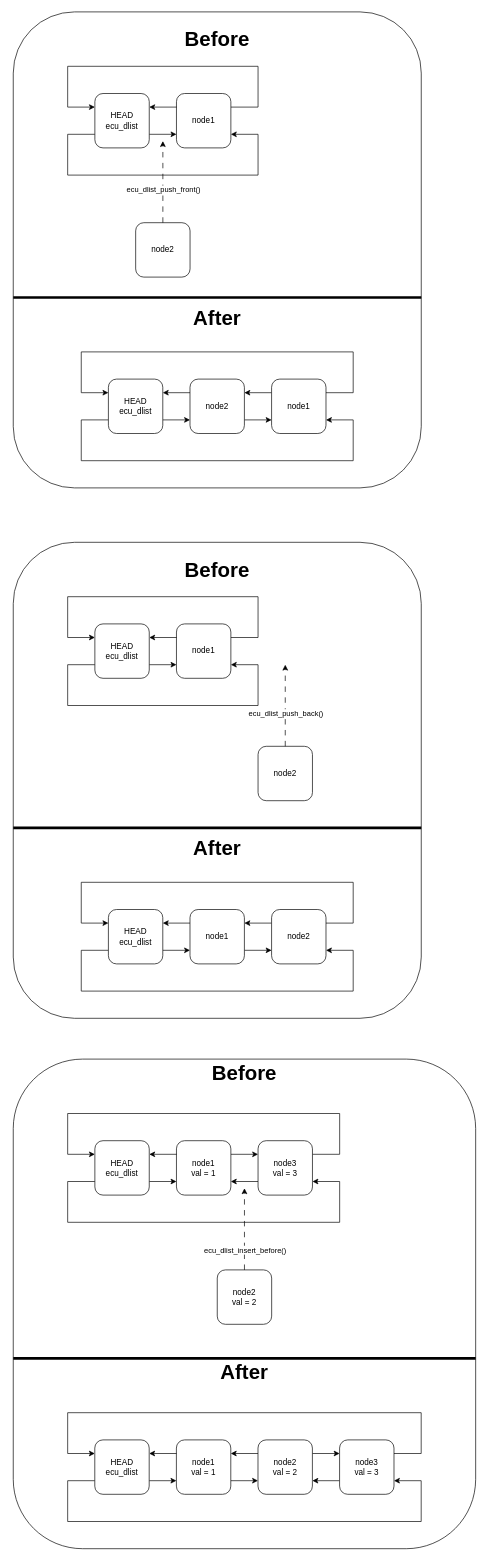
Earlier version of the draw.io diagram page "dlist_insert" (6 of 11) of doc/images/dlist/dlist.drawio (ress059/ecu). Source tidied: cells renumbered, new cells numbered last; positions are measured from the earlier drawing's top-left corner, leaving out a move shared by most shapes. Both pictures are drawn from the tidied source at 68%, with x=0, y=0 at pixel (13, 12).
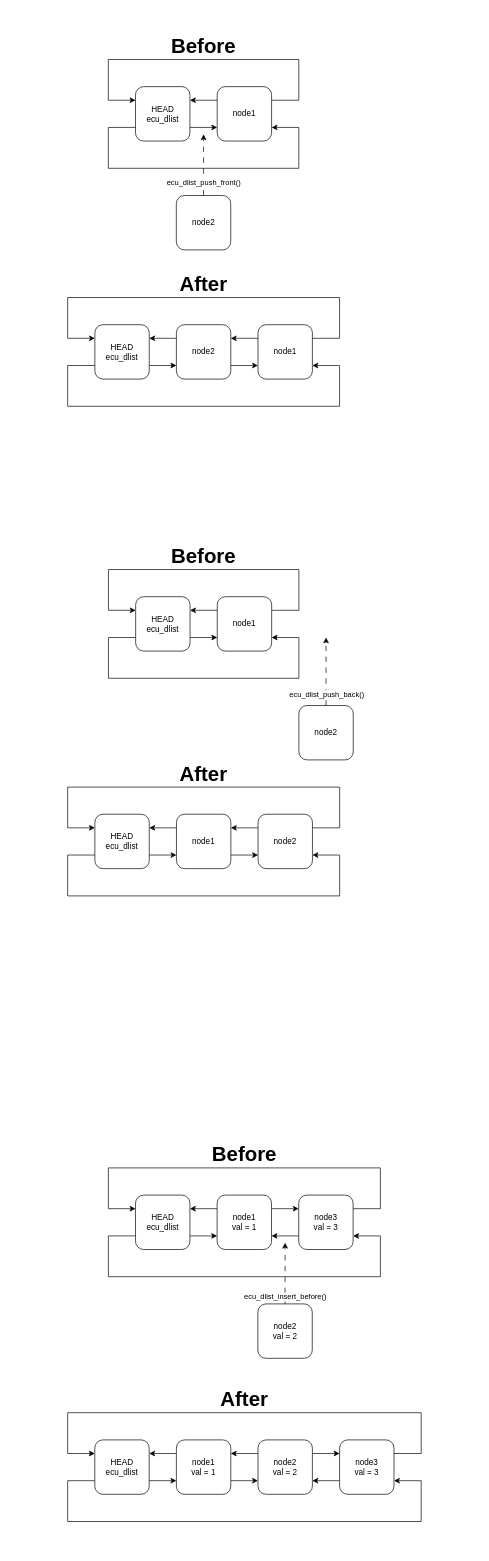
Above is the later version.

Unchanged cells that the change refers to:
```xml
<mxCell id="60" value="node1&lt;br&gt;val = 1" style="rounded=1;whiteSpace=wrap;html=1;" parent="1" vertex="1">
  <mxGeometry x="239.9" y="2100" width="80" height="80" as="geometry" />
</mxCell>
<mxCell id="63" value="HEAD&lt;br&gt;ecu_dlist" style="rounded=1;whiteSpace=wrap;html=1;" parent="1" vertex="1">
  <mxGeometry x="119.9" y="2100" width="80" height="80" as="geometry" />
</mxCell>
```

What changed in the source:
```diff
@@
-    <mxCell id="2" style="rounded=1;whiteSpace=wrap;html=1;" parent="1" vertex="1">
-      <mxGeometry width="600" height="700" as="geometry" />
-    </mxCell>
     <mxCell id="3" style="edgeStyle=orthogonalEdgeStyle;rounded=0;jettySize=auto;html=1;exitX=0;exitY=0.25;exitDx=0;exitDy=0;entryX=1;entryY=0.25;entryDx=0;entryDy=0;" parent="1" edge="1" source="5" target="8">
       <mxGeometry relative="1" as="geometry">
         <Array as="points">
-          <mxPoint x="260" y="140" />
-          <mxPoint x="260" y="140" />
+          <mxPoint x="319.9" y="129.9" />
+          <mxPoint x="319.9" y="129.9" />
         </Array>
       </mxGeometry>
     </mxCell>
     <mxCell id="4" style="edgeStyle=orthogonalEdgeStyle;rounded=0;jettySize=auto;html=1;entryX=0;entryY=0.25;entryDx=0;entryDy=0;exitX=1;exitY=0.25;exitDx=0;exitDy=0;" parent="1" edge="1" source="5" target="8">
       <mxGeometry relative="1" as="geometry">
         <Array as="points">
-          <mxPoint x="360" y="140" />
-          <mxPoint x="360" y="80" />
-          <mxPoint x="80" y="80" />
-          <mxPoint x="80" y="140" />
+          <mxPoint x="419.9" y="130" />
+          <mxPoint x="419.9" y="70" />
+          <mxPoint x="139.8" y="70" />
+          <mxPoint x="139.8" y="130" />
         </Array>
       </mxGeometry>
     </mxCell>
     <mxCell id="5" value="node1" style="rounded=1;whiteSpace=wrap;html=1;" parent="1" vertex="1">
-      <mxGeometry x="240" y="120" width="80" height="80" as="geometry" />
+      <mxGeometry x="299.9" y="109.9" width="80" height="80" as="geometry" />
     </mxCell>
@@
     <mxCell id="7" style="edgeStyle=orthogonalEdgeStyle;rounded=0;jettySize=auto;html=1;exitX=0;exitY=0.75;exitDx=0;exitDy=0;entryX=1;entryY=0.75;entryDx=0;entryDy=0;" parent="1" edge="1" source="8" target="5">
       <mxGeometry relative="1" as="geometry">
         <Array as="points">
-          <mxPoint x="80" y="180" />
-          <mxPoint x="80" y="240" />
-          <mxPoint x="360" y="240" />
-          <mxPoint x="360" y="180" />
+          <mxPoint x="139.8" y="170" />
+          <mxPoint x="139.8" y="230" />
+          <mxPoint x="419.9" y="230" />
+          <mxPoint x="419.9" y="170" />
         </Array>
       </mxGeometry>
     </mxCell>
     <mxCell id="8" value="HEAD&lt;br&gt;ecu_dlist" style="rounded=1;whiteSpace=wrap;html=1;" parent="1" vertex="1">
-      <mxGeometry x="120" y="120" width="80" height="80" as="geometry" />
+      <mxGeometry x="179.8" y="109.9" width="80" height="80" as="geometry" />
     </mxCell>
     <mxCell id="9" value="node2" style="rounded=1;whiteSpace=wrap;html=1;" parent="1" vertex="1">
-      <mxGeometry x="180" y="310" width="80" height="80" as="geometry" />
+      <mxGeometry x="239.8" y="270" width="80" height="80" as="geometry" />
     </mxCell>
     <mxCell id="10" style="endArrow=classic;html=1;rounded=0;dashed=1;exitX=0.5;exitY=0;exitDx=0;exitDy=0;dashPattern=8 8;" parent="1" edge="1" source="9">
       <mxGeometry relative="1" as="geometry">
-        <mxPoint x="220" y="190" as="targetPoint" />
+        <mxPoint x="279.9" y="180" as="targetPoint" />
       </mxGeometry>
     </mxCell>
     <mxCell id="11" value="ecu_dlist_push_front()" style="edgeLabel;html=1;align=center;verticalAlign=middle;" parent="10" vertex="1">
       <mxGeometry x="0.27" y="-2" relative="1" as="geometry">
-        <mxPoint x="-2" y="27" as="offset" />
+        <mxPoint x="-2" y="37" as="offset" />
       </mxGeometry>
     </mxCell>
     <mxCell id="12" style="edgeStyle=orthogonalEdgeStyle;rounded=0;jettySize=auto;html=1;exitX=0;exitY=0.25;exitDx=0;exitDy=0;entryX=1;entryY=0.25;entryDx=0;entryDy=0;" parent="1" edge="1" source="15" target="18">
       <mxGeometry relative="1" as="geometry">
         <Array as="points">
-          <mxPoint x="279.9" y="560" />
-          <mxPoint x="279.9" y="560" />
+          <mxPoint x="259.9" y="480" />
+          <mxPoint x="259.9" y="480" />
         </Array>
       </mxGeometry>
     </mxCell>
     <mxCell id="13" style="edgeStyle=orthogonalEdgeStyle;rounded=0;jettySize=auto;html=1;entryX=0;entryY=0.25;entryDx=0;entryDy=0;exitX=1;exitY=0.25;exitDx=0;exitDy=0;" parent="1" edge="1" source="20" target="18">
       <mxGeometry relative="1" as="geometry">
         <Array as="points">
-          <mxPoint x="499.9" y="560" />
-          <mxPoint x="499.9" y="500" />
-          <mxPoint x="100" y="500" />
-          <mxPoint x="100" y="560" />
+          <mxPoint x="479.9" y="480" />
+          <mxPoint x="479.9" y="420" />
+          <mxPoint x="80" y="420" />
+          <mxPoint x="80" y="480" />
         </Array>
       </mxGeometry>
     </mxCell>
@@
     <mxCell id="15" value="node2" style="rounded=1;whiteSpace=wrap;html=1;" parent="1" vertex="1">
-      <mxGeometry x="259.9" y="540" width="80" height="80" as="geometry" />
+      <mxGeometry x="239.9" y="460" width="80" height="80" as="geometry" />
     </mxCell>
@@
     <mxCell id="17" style="edgeStyle=orthogonalEdgeStyle;rounded=0;jettySize=auto;html=1;exitX=0;exitY=0.75;exitDx=0;exitDy=0;entryX=1;entryY=0.75;entryDx=0;entryDy=0;" parent="1" edge="1" source="18" target="20">
       <mxGeometry relative="1" as="geometry">
         <Array as="points">
-          <mxPoint x="100" y="600" />
-          <mxPoint x="100" y="660" />
-          <mxPoint x="499.9" y="660" />
-          <mxPoint x="499.9" y="600" />
+          <mxPoint x="80" y="520" />
+          <mxPoint x="80" y="580" />
+          <mxPoint x="479.9" y="580" />
+          <mxPoint x="479.9" y="520" />
         </Array>
       </mxGeometry>
     </mxCell>
     <mxCell id="18" value="HEAD&lt;br&gt;ecu_dlist" style="rounded=1;whiteSpace=wrap;html=1;" parent="1" vertex="1">
-      <mxGeometry x="139.9" y="540" width="80" height="80" as="geometry" />
+      <mxGeometry x="120" y="460" width="80" height="80" as="geometry" />
     </mxCell>
@@
     <mxCell id="20" value="node1" style="rounded=1;whiteSpace=wrap;html=1;" parent="1" vertex="1">
-      <mxGeometry x="379.9" y="540" width="80" height="80" as="geometry" />
+      <mxGeometry x="359.9" y="460" width="80" height="80" as="geometry" />
     </mxCell>
     <mxCell id="21" value="&lt;b&gt;&lt;font style=&quot;font-size: 30px;&quot;&gt;Before&lt;/font&gt;&lt;/b&gt;" style="text;html=1;strokeColor=none;fillColor=none;align=center;verticalAlign=middle;whiteSpace=wrap;rounded=0;" parent="1" vertex="1">
-      <mxGeometry x="240" y="20" width="120" height="40" as="geometry" />
+      <mxGeometry x="219.8" y="30" width="120" height="40" as="geometry" />
     </mxCell>
     <mxCell id="22" value="&lt;b&gt;&lt;font style=&quot;font-size: 30px;&quot;&gt;After&lt;/font&gt;&lt;/b&gt;" style="text;html=1;strokeColor=none;fillColor=none;align=center;verticalAlign=middle;whiteSpace=wrap;rounded=0;" parent="1" vertex="1">
-      <mxGeometry x="240" y="430" width="120" height="40" as="geometry" />
+      <mxGeometry x="219.9" y="380" width="120" height="40" as="geometry" />
     </mxCell>
-    <mxCell id="23" style="endArrow=none;html=1;rounded=0;strokeWidth=4;" parent="1" edge="1">
-      <mxGeometry relative="1" as="geometry">
-        <mxPoint y="420" as="sourcePoint" />
-        <mxPoint x="600" y="420" as="targetPoint" />
-      </mxGeometry>
-    </mxCell>
-    <mxCell id="24" style="rounded=1;whiteSpace=wrap;html=1;" parent="1" vertex="1">
-      <mxGeometry y="780" width="600" height="700" as="geometry" />
-    </mxCell>
+    <mxCell id="26" style="edgeStyle=orthogonalEdgeStyle;rounded=0;jettySize=auto;html=1;entryX=0;entryY=0.25;entryDx=0;entryDy=0;exitX=1;exitY=0.25;exitDx=0;exitDy=0;" parent="1" edge="1" source="27" target="30">
+      <mxGeometry relative="1" as="geometry">
+        <Array as="points">
+          <mxPoint x="420" y="880" />
+          <mxPoint x="420" y="820" />
+          <mxPoint x="140" y="820" />
+          <mxPoint x="140" y="880" />
+        </Array>
+      </mxGeometry>
+    </mxCell>
     <mxCell id="25" style="edgeStyle=orthogonalEdgeStyle;rounded=0;jettySize=auto;html=1;exitX=0;exitY=0.25;exitDx=0;exitDy=0;entryX=1;entryY=0.25;entryDx=0;entryDy=0;" parent="1" edge="1" source="27" target="30">
-      <mxGeometry relative="1" as="geometry">
-        <Array as="points">
-          <mxPoint x="260" y="920" />
-          <mxPoint x="260" y="920" />
-        </Array>
-      </mxGeometry>
+      <mxGeometry relative="1" as="geometry" />
     </mxCell>
-    <mxCell id="26" style="edgeStyle=orthogonalEdgeStyle;rounded=0;jettySize=auto;html=1;entryX=0;entryY=0.25;entryDx=0;entryDy=0;exitX=1;exitY=0.25;exitDx=0;exitDy=0;" parent="1" edge="1" source="27" target="30">
-      <mxGeometry relative="1" as="geometry">
-        <Array as="points">
-          <mxPoint x="360" y="920" />
-          <mxPoint x="360" y="860" />
-          <mxPoint x="80" y="860" />
-          <mxPoint x="80" y="920" />
-        </Array>
-      </mxGeometry>
-    </mxCell>
     <mxCell id="27" value="node1" style="rounded=1;whiteSpace=wrap;html=1;" parent="1" vertex="1">
-      <mxGeometry x="240" y="900" width="80" height="80" as="geometry" />
+      <mxGeometry x="300" y="860" width="80" height="80" as="geometry" />
     </mxCell>
@@
     <mxCell id="29" style="edgeStyle=orthogonalEdgeStyle;rounded=0;jettySize=auto;html=1;exitX=0;exitY=0.75;exitDx=0;exitDy=0;entryX=1;entryY=0.75;entryDx=0;entryDy=0;" parent="1" edge="1" source="30" target="27">
       <mxGeometry relative="1" as="geometry">
         <Array as="points">
-          <mxPoint x="80" y="960" />
-          <mxPoint x="80" y="1020" />
-          <mxPoint x="360" y="1020" />
-          <mxPoint x="360" y="960" />
+          <mxPoint x="140" y="920" />
+          <mxPoint x="140" y="980" />
+          <mxPoint x="420" y="980" />
+          <mxPoint x="420" y="920" />
         </Array>
       </mxGeometry>
     </mxCell>
     <mxCell id="30" value="HEAD&lt;br&gt;ecu_dlist" style="rounded=1;whiteSpace=wrap;html=1;" parent="1" vertex="1">
-      <mxGeometry x="120" y="900" width="80" height="80" as="geometry" />
+      <mxGeometry x="180" y="860" width="80" height="80" as="geometry" />
     </mxCell>
     <mxCell id="31" value="node2" style="rounded=1;whiteSpace=wrap;html=1;" parent="1" vertex="1">
-      <mxGeometry x="360" y="1080" width="80" height="80" as="geometry" />
+      <mxGeometry x="420" y="1020" width="80" height="80" as="geometry" />
     </mxCell>
     <mxCell id="32" style="endArrow=classic;html=1;rounded=0;dashed=1;exitX=0.5;exitY=0;exitDx=0;exitDy=0;dashPattern=8 8;" parent="1" edge="1" source="31">
       <mxGeometry relative="1" as="geometry">
-        <mxPoint x="400" y="960" as="targetPoint" />
+        <mxPoint x="460" y="920" as="targetPoint" />
       </mxGeometry>
     </mxCell>
     <mxCell id="33" value="ecu_dlist_push_back()" style="edgeLabel;html=1;align=center;verticalAlign=middle;" parent="32" vertex="1">
       <mxGeometry x="0.27" y="-2" relative="1" as="geometry">
-        <mxPoint x="-2" y="27" as="offset" />
+        <mxPoint x="-2" y="47" as="offset" />
       </mxGeometry>
     </mxCell>
-    <mxCell id="34" style="edgeStyle=orthogonalEdgeStyle;rounded=0;jettySize=auto;html=1;exitX=0;exitY=0.25;exitDx=0;exitDy=0;entryX=1;entryY=0.25;entryDx=0;entryDy=0;" parent="1" edge="1" source="37" target="40">
-      <mxGeometry relative="1" as="geometry">
-        <Array as="points">
-          <mxPoint x="279.9" y="1340" />
-          <mxPoint x="279.9" y="1340" />
-        </Array>
-      </mxGeometry>
-    </mxCell>
     <mxCell id="35" style="edgeStyle=orthogonalEdgeStyle;rounded=0;jettySize=auto;html=1;entryX=0;entryY=0.25;entryDx=0;entryDy=0;exitX=1;exitY=0.25;exitDx=0;exitDy=0;" parent="1" edge="1" source="42" target="40">
       <mxGeometry relative="1" as="geometry">
         <Array as="points">
-          <mxPoint x="499.9" y="1340" />
-          <mxPoint x="499.9" y="1280" />
-          <mxPoint x="100" y="1280" />
-          <mxPoint x="100" y="1340" />
+          <mxPoint x="480" y="1200" />
+          <mxPoint x="480" y="1140" />
+          <mxPoint x="80" y="1140" />
+          <mxPoint x="80" y="1200" />
         </Array>
       </mxGeometry>
     </mxCell>
@@
+    <mxCell id="34" style="edgeStyle=orthogonalEdgeStyle;rounded=0;jettySize=auto;html=1;exitX=0;exitY=0.25;exitDx=0;exitDy=0;entryX=1;entryY=0.25;entryDx=0;entryDy=0;" parent="1" edge="1" source="37" target="40">
+      <mxGeometry relative="1" as="geometry" />
+    </mxCell>
     <mxCell id="37" value="node1" style="rounded=1;whiteSpace=wrap;html=1;" parent="1" vertex="1">
-      <mxGeometry x="259.9" y="1320" width="80" height="80" as="geometry" />
+      <mxGeometry x="240" y="1179.9" width="80" height="80" as="geometry" />
     </mxCell>
@@
     <mxCell id="39" style="edgeStyle=orthogonalEdgeStyle;rounded=0;jettySize=auto;html=1;exitX=0;exitY=0.75;exitDx=0;exitDy=0;entryX=1;entryY=0.75;entryDx=0;entryDy=0;" parent="1" edge="1" source="40" target="42">
       <mxGeometry relative="1" as="geometry">
         <Array as="points">
-          <mxPoint x="100" y="1380" />
-          <mxPoint x="100" y="1440" />
-          <mxPoint x="499.9" y="1440" />
-          <mxPoint x="499.9" y="1380" />
+          <mxPoint x="80" y="1240" />
+          <mxPoint x="80" y="1300" />
+          <mxPoint x="480" y="1300" />
+          <mxPoint x="480" y="1240" />
         </Array>
       </mxGeometry>
     </mxCell>
     <mxCell id="40" value="HEAD&lt;br&gt;ecu_dlist" style="rounded=1;whiteSpace=wrap;html=1;" parent="1" vertex="1">
-      <mxGeometry x="139.9" y="1320" width="80" height="80" as="geometry" />
+      <mxGeometry x="120" y="1179.9" width="80" height="80" as="geometry" />
     </mxCell>
@@
     <mxCell id="42" value="node2" style="rounded=1;whiteSpace=wrap;html=1;" parent="1" vertex="1">
-      <mxGeometry x="379.9" y="1320" width="80" height="80" as="geometry" />
+      <mxGeometry x="360" y="1179.9" width="80" height="80" as="geometry" />
     </mxCell>
     <mxCell id="43" value="&lt;b&gt;&lt;font style=&quot;font-size: 30px;&quot;&gt;Before&lt;/font&gt;&lt;/b&gt;" style="text;html=1;strokeColor=none;fillColor=none;align=center;verticalAlign=middle;whiteSpace=wrap;rounded=0;" parent="1" vertex="1">
-      <mxGeometry x="240" y="800" width="120" height="40" as="geometry" />
+      <mxGeometry x="220" y="780" width="120" height="40" as="geometry" />
     </mxCell>
     <mxCell id="44" value="&lt;b&gt;&lt;font style=&quot;font-size: 30px;&quot;&gt;After&lt;/font&gt;&lt;/b&gt;" style="text;html=1;strokeColor=none;fillColor=none;align=center;verticalAlign=middle;whiteSpace=wrap;rounded=0;" parent="1" vertex="1">
-      <mxGeometry x="240" y="1210" width="120" height="40" as="geometry" />
+      <mxGeometry x="220" y="1100" width="120" height="40" as="geometry" />
     </mxCell>
-    <mxCell id="45" style="endArrow=none;html=1;rounded=0;strokeWidth=4;" parent="1" edge="1">
-      <mxGeometry relative="1" as="geometry">
-        <mxPoint y="1200" as="sourcePoint" />
-        <mxPoint x="600" y="1200" as="targetPoint" />
-      </mxGeometry>
-    </mxCell>
-    <mxCell id="46" style="rounded=1;whiteSpace=wrap;html=1;" parent="1" vertex="1">
-      <mxGeometry y="1540" width="680" height="720" as="geometry" />
-    </mxCell>
-    <mxCell id="47" style="edgeStyle=orthogonalEdgeStyle;rounded=0;jettySize=auto;html=1;exitX=0;exitY=0.25;exitDx=0;exitDy=0;entryX=1;entryY=0.25;entryDx=0;entryDy=0;" parent="1" edge="1" source="50" target="53">
-      <mxGeometry relative="1" as="geometry">
-        <Array as="points">
-          <mxPoint x="260" y="1680" />
-          <mxPoint x="260" y="1680" />
-        </Array>
-      </mxGeometry>
-    </mxCell>
     <mxCell id="48" style="edgeStyle=orthogonalEdgeStyle;rounded=0;jettySize=auto;html=1;entryX=0;entryY=0.25;entryDx=0;entryDy=0;exitX=1;exitY=0.25;exitDx=0;exitDy=0;" parent="1" edge="1" source="71" target="53">
       <mxGeometry relative="1" as="geometry">
         <Array as="points">
-          <mxPoint x="480" y="1680" />
-          <mxPoint x="480" y="1620" />
-          <mxPoint x="80" y="1620" />
-          <mxPoint x="80" y="1680" />
+          <mxPoint x="539.9" y="1760" />
+          <mxPoint x="539.9" y="1700" />
+          <mxPoint x="139.9" y="1700" />
+          <mxPoint x="139.9" y="1760" />
         </Array>
       </mxGeometry>
     </mxCell>
@@
+    <mxCell id="47" style="edgeStyle=orthogonalEdgeStyle;rounded=0;jettySize=auto;html=1;exitX=0;exitY=0.25;exitDx=0;exitDy=0;entryX=1;entryY=0.25;entryDx=0;entryDy=0;" parent="1" edge="1" source="50" target="53">
+      <mxGeometry relative="1" as="geometry" />
+    </mxCell>
     <mxCell id="50" value="node1&lt;br&gt;val = 1" style="rounded=1;whiteSpace=wrap;html=1;" parent="1" vertex="1">
-      <mxGeometry x="240" y="1660" width="80" height="80" as="geometry" />
+      <mxGeometry x="299.8" y="1740" width="80" height="80" as="geometry" />
     </mxCell>
@@
     <mxCell id="52" style="edgeStyle=orthogonalEdgeStyle;rounded=0;jettySize=auto;html=1;exitX=0;exitY=0.75;exitDx=0;exitDy=0;entryX=1;entryY=0.75;entryDx=0;entryDy=0;" parent="1" edge="1" source="53" target="71">
       <mxGeometry relative="1" as="geometry">
         <Array as="points">
-          <mxPoint x="80" y="1720" />
-          <mxPoint x="80" y="1780" />
-          <mxPoint x="480" y="1780" />
-          <mxPoint x="480" y="1720" />
+          <mxPoint x="139.9" y="1800" />
+          <mxPoint x="139.9" y="1860" />
+          <mxPoint x="539.9" y="1860" />
+          <mxPoint x="539.9" y="1800" />
         </Array>
       </mxGeometry>
     </mxCell>
     <mxCell id="53" value="HEAD&lt;br&gt;ecu_dlist" style="rounded=1;whiteSpace=wrap;html=1;" parent="1" vertex="1">
-      <mxGeometry x="120" y="1660" width="80" height="80" as="geometry" />
+      <mxGeometry x="179.8" y="1740" width="80" height="80" as="geometry" />
     </mxCell>
     <mxCell id="54" value="node2&lt;br&gt;val = 2" style="rounded=1;whiteSpace=wrap;html=1;" parent="1" vertex="1">
-      <mxGeometry x="300" y="1850" width="80" height="80" as="geometry" />
+      <mxGeometry x="359.7" y="1900" width="80" height="80" as="geometry" />
     </mxCell>
     <mxCell id="55" style="endArrow=classic;html=1;rounded=0;dashed=1;exitX=0.5;exitY=0;exitDx=0;exitDy=0;dashPattern=8 8;" parent="1" edge="1" source="54">
       <mxGeometry relative="1" as="geometry">
-        <mxPoint x="340" y="1730" as="targetPoint" />
+        <mxPoint x="399.8" y="1810" as="targetPoint" />
       </mxGeometry>
     </mxCell>
@@
-    <mxCell id="57" style="edgeStyle=orthogonalEdgeStyle;rounded=0;jettySize=auto;html=1;exitX=0;exitY=0.25;exitDx=0;exitDy=0;entryX=1;entryY=0.25;entryDx=0;entryDy=0;" parent="1" edge="1" source="60" target="63">
-      <mxGeometry relative="1" as="geometry">
-        <Array as="points">
-          <mxPoint x="259.9" y="2120" />
-          <mxPoint x="259.9" y="2120" />
-        </Array>
-      </mxGeometry>
-    </mxCell>
@@
+    <mxCell id="57" style="edgeStyle=orthogonalEdgeStyle;rounded=0;jettySize=auto;html=1;exitX=0;exitY=0.25;exitDx=0;exitDy=0;entryX=1;entryY=0.25;entryDx=0;entryDy=0;" parent="1" edge="1" source="60" target="63">
+      <mxGeometry relative="1" as="geometry" />
+    </mxCell>
@@
     <mxCell id="67" value="&lt;b&gt;&lt;font style=&quot;font-size: 30px;&quot;&gt;Before&lt;/font&gt;&lt;/b&gt;" style="text;html=1;strokeColor=none;fillColor=none;align=center;verticalAlign=middle;whiteSpace=wrap;rounded=0;" parent="1" vertex="1">
-      <mxGeometry x="280" y="1540" width="120" height="40" as="geometry" />
+      <mxGeometry x="279.8" y="1660" width="120" height="40" as="geometry" />
     </mxCell>
     <mxCell id="68" value="&lt;b&gt;&lt;font style=&quot;font-size: 30px;&quot;&gt;After&lt;/font&gt;&lt;/b&gt;" style="text;html=1;strokeColor=none;fillColor=none;align=center;verticalAlign=middle;whiteSpace=wrap;rounded=0;" parent="1" vertex="1">
-      <mxGeometry x="280" y="1980" width="120" height="40" as="geometry" />
+      <mxGeometry x="279.9" y="2020" width="120" height="40" as="geometry" />
     </mxCell>
-    <mxCell id="69" style="endArrow=none;html=1;rounded=0;strokeWidth=4;" parent="1" edge="1">
-      <mxGeometry relative="1" as="geometry">
-        <mxPoint y="1980" as="sourcePoint" />
-        <mxPoint x="680" y="1980" as="targetPoint" />
-      </mxGeometry>
-    </mxCell>
@@
     <mxCell id="71" value="node3&lt;br&gt;val = 3" style="rounded=1;whiteSpace=wrap;html=1;" parent="1" vertex="1">
-      <mxGeometry x="360" y="1660" width="80" height="80" as="geometry" />
+      <mxGeometry x="419.8" y="1740" width="80" height="80" as="geometry" />
     </mxCell>
```
